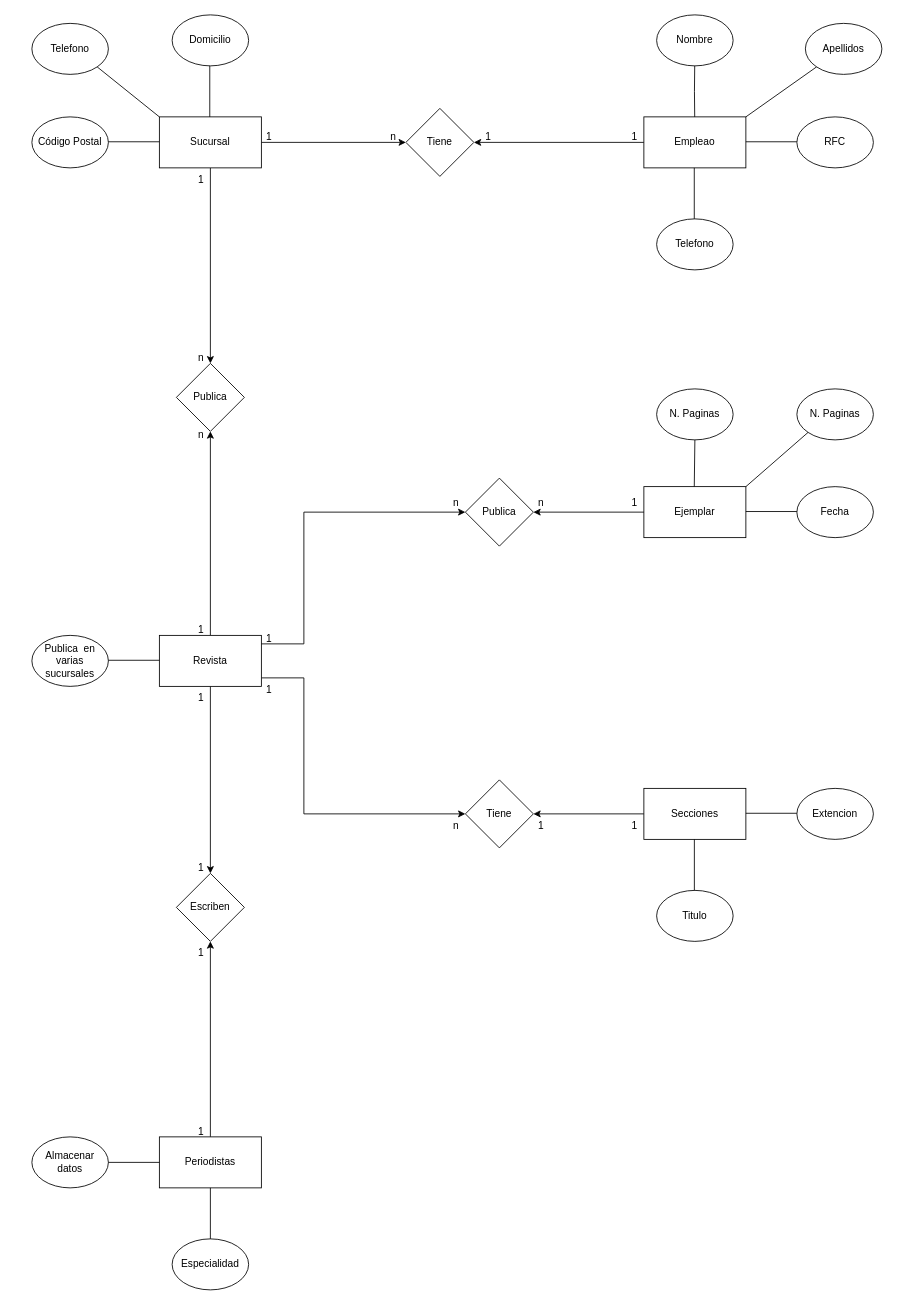
Before: Diagrama sin título.drawio in IsaiEDC/PrimerRepositorio, a draw.io diagram. Source tidied: cells renumbered, new cells numbered last; positions are measured from the earlier drawing's top-left corner, leaving out a move shared by most shapes. Both pictures are drawn from the tidied source at 85%, with x=0, y=0 at pixel (31, 14).
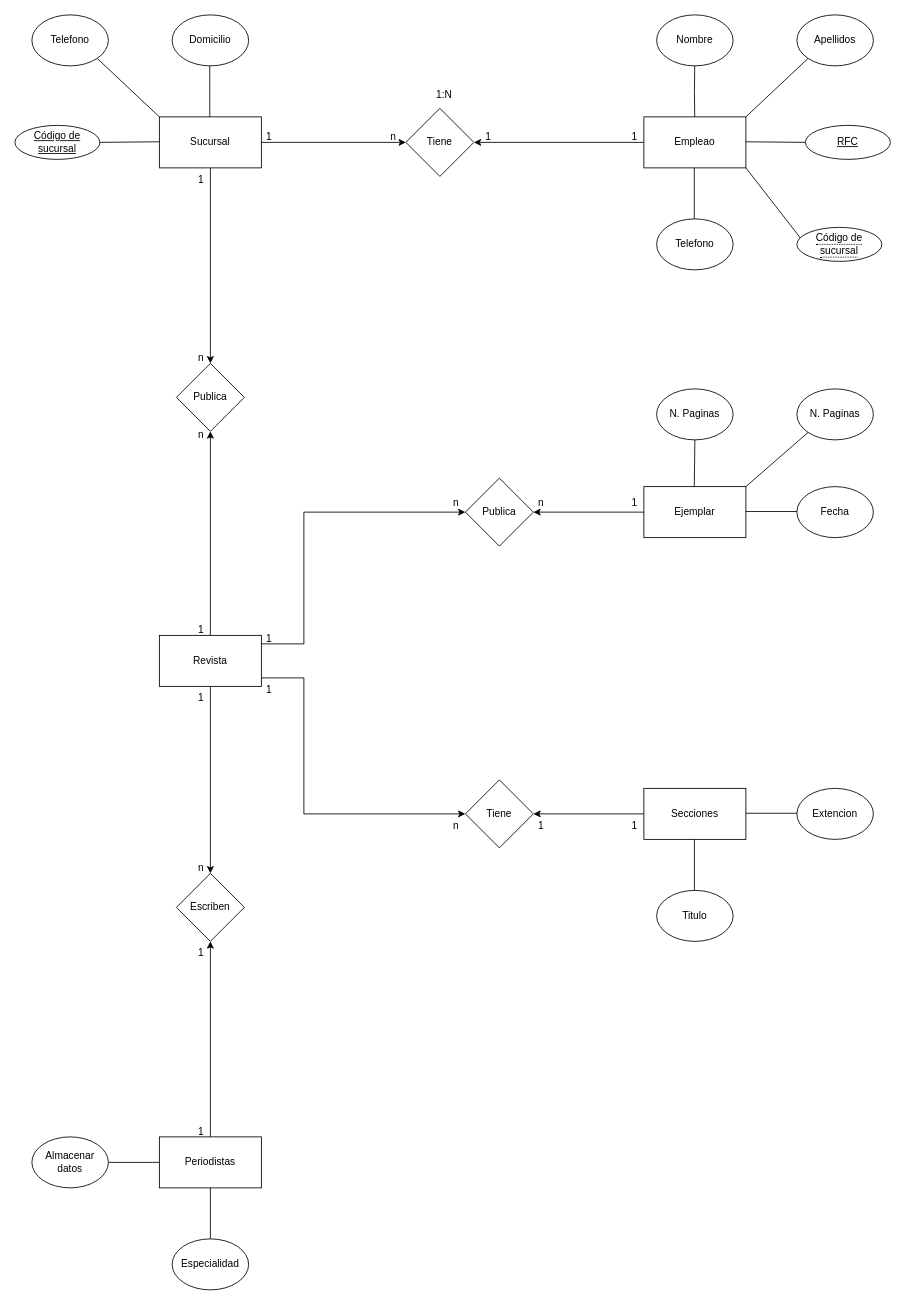
The same diagram, later.

The change refers to these unchanged cells:
```xml
<mxCell id="7" value="Empleao" style="rounded=0;whiteSpace=wrap;html=1;" parent="1" vertex="1">
  <mxGeometry x="720" y="120" width="120" height="60" as="geometry" />
</mxCell>
```

Diff of the diagram source:
```diff
@@
-    <mxCell id="23" value="Código Postal" style="ellipse;whiteSpace=wrap;html=1;rounded=0;" parent="1" vertex="1">
-      <mxGeometry y="120" width="90" height="60" as="geometry" />
-    </mxCell>
     <mxCell id="24" value="Telefono" style="ellipse;whiteSpace=wrap;html=1;rounded=0;" parent="1" vertex="1">
-      <mxGeometry y="10" width="90" height="60" as="geometry" />
+      <mxGeometry width="90" height="60" as="geometry" />
     </mxCell>
@@
-    <mxCell id="27" value="Publica&amp;nbsp; en varias sucursales" style="ellipse;whiteSpace=wrap;html=1;rounded=0;" parent="1" vertex="1">
-      <mxGeometry y="730" width="90" height="60" as="geometry" />
-    </mxCell>
@@
-    <mxCell id="29" value="RFC" style="ellipse;whiteSpace=wrap;html=1;gradientColor=none;rounded=0;" parent="1" vertex="1">
-      <mxGeometry x="900" y="120" width="90" height="60" as="geometry" />
-    </mxCell>
     <mxCell id="30" value="Apellidos" style="ellipse;whiteSpace=wrap;html=1;rounded=0;" parent="1" vertex="1">
-      <mxGeometry x="910" y="10" width="90" height="60" as="geometry" />
+      <mxGeometry x="900" width="90" height="60" as="geometry" />
     </mxCell>
@@
-    <mxCell id="41" style="endArrow=none;html=1;rounded=0;exitX=1;exitY=0.5;exitDx=0;exitDy=0;entryX=0;entryY=0.5;entryDx=0;entryDy=0;" parent="1" edge="1">
-      <mxGeometry relative="1" as="geometry">
-        <mxPoint x="90" y="759.3" as="sourcePoint" />
-        <mxPoint x="150" y="759.3" as="targetPoint" />
-      </mxGeometry>
-    </mxCell>
-    <mxCell id="42" style="endArrow=none;html=1;rounded=0;exitX=1;exitY=0.5;exitDx=0;exitDy=0;entryX=0;entryY=0.5;entryDx=0;entryDy=0;" parent="1" edge="1">
+    <mxCell id="42" style="endArrow=none;html=1;rounded=0;exitX=1;exitY=0.5;exitDx=0;exitDy=0;entryX=0;entryY=0.5;entryDx=0;entryDy=0;" parent="1" edge="1" source="73">
       <mxGeometry relative="1" as="geometry">
-        <mxPoint x="90" y="149.3" as="sourcePoint" />
         <mxPoint x="150" y="149.3" as="targetPoint" />
       </mxGeometry>
     </mxCell>
@@
-    <mxCell id="45" style="endArrow=none;html=1;rounded=0;exitX=1;exitY=0.5;exitDx=0;exitDy=0;entryX=0;entryY=0.5;entryDx=0;entryDy=0;" parent="1" edge="1">
+    <mxCell id="45" style="endArrow=none;html=1;rounded=0;exitX=1;exitY=0.5;exitDx=0;exitDy=0;entryX=0;entryY=0.5;entryDx=0;entryDy=0;" parent="1" edge="1" target="29">
       <mxGeometry relative="1" as="geometry">
         <mxPoint x="840" y="149.3" as="sourcePoint" />
-        <mxPoint x="900" y="149.3" as="targetPoint" />
       </mxGeometry>
     </mxCell>
@@
-    <mxCell id="57" value="1&#10;" style="text;strokeColor=none;fillColor=none;spacingLeft=4;spacingRight=4;overflow=hidden;fontSize=12;rounded=0;" parent="1" vertex="1">
+    <mxCell id="57" value="n&#10;" style="text;strokeColor=none;fillColor=none;spacingLeft=4;spacingRight=4;overflow=hidden;fontSize=12;rounded=0;" parent="1" vertex="1">
       <mxGeometry x="190" y="990" width="20" height="20" as="geometry" />
     </mxCell>
@@
+    <mxCell id="73" value="Código de sucursal" style="ellipse;whiteSpace=wrap;html=1;align=center;fontStyle=4;" parent="1" vertex="1">
+      <mxGeometry x="-20" y="130" width="100" height="40" as="geometry" />
+    </mxCell>
+    <mxCell id="74" value="1:N" style="text;strokeColor=none;fillColor=none;spacingLeft=4;spacingRight=4;overflow=hidden;fontSize=12;rounded=0;" parent="1" vertex="1">
+      <mxGeometry x="470" y="80" width="30" height="20" as="geometry" />
+    </mxCell>
+    <mxCell id="29" value="RFC" style="ellipse;whiteSpace=wrap;html=1;align=center;fontStyle=4;" parent="1" vertex="1">
+      <mxGeometry x="910" y="130" width="100" height="40" as="geometry" />
+    </mxCell>
+    <mxCell id="75" style="endArrow=none;html=1;rounded=0;exitX=0;exitY=0.5;exitDx=0;exitDy=0;entryX=1;entryY=1;entryDx=0;entryDy=0;" parent="1" edge="1" target="7">
+      <mxGeometry relative="1" as="geometry">
+        <mxPoint x="910" y="270" as="sourcePoint" />
+      </mxGeometry>
+    </mxCell>
+    <mxCell id="76" value="&lt;span style=&quot;border-bottom: 1px dotted&quot;&gt;Código de sucursal&lt;/span&gt;" style="ellipse;whiteSpace=wrap;html=1;align=center;" parent="1" vertex="1">
+      <mxGeometry x="900" y="250" width="100" height="40" as="geometry" />
+    </mxCell>
```
